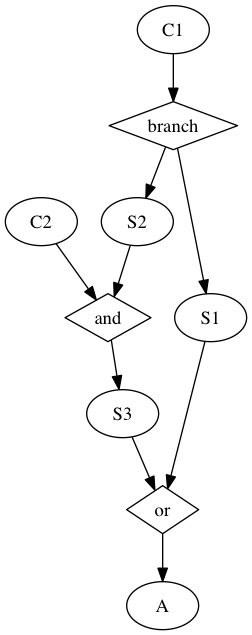
Before: examples/diamond.png, a diagram exported from Graphviz (brettc/causalinfo). Its source is kept beside it as examples/diamond.dot.
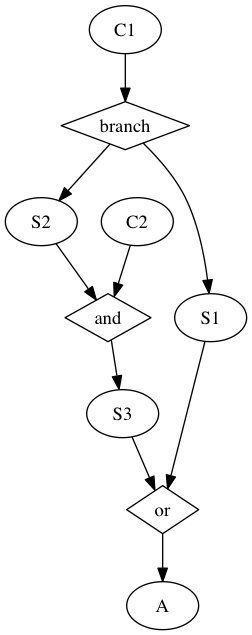
After the commit.

Commit message:
Add a diamond example

Change to the diagram source:
```diff
@@ -1,24 +1,24 @@
 strict digraph  {
 	node [label="\N"];
+	"<S2>"	 [label=S2];
+	"Equation<and>"	 [label=and,
+		shape=diamond];
+	"<S2>" -> "Equation<and>";
+	"<S3>"	 [label=S3];
+	"Equation<or>"	 [label=or,
+		shape=diamond];
+	"<S3>" -> "Equation<or>";
+	"<A>"	 [label=A];
+	"Equation<or>" -> "<A>";
 	"Equation<branch>"	 [label=branch,
 		shape=diamond];
+	"Equation<branch>" -> "<S2>";
 	"<S1>"	 [label=S1];
 	"Equation<branch>" -> "<S1>";
-	"<S2>"	 [label=S2];
-	"Equation<branch>" -> "<S2>";
 	"<C1>"	 [label=C1];
 	"<C1>" -> "Equation<branch>";
-	"Equation<and>"	 [label=and,
-		shape=diamond];
-	"<S3>"	 [label=S3];
 	"Equation<and>" -> "<S3>";
-	"Equation<or>"	 [label=or,
-		shape=diamond];
-	"<S1>" -> "Equation<or>";
-	"<A>"	 [label=A];
-	"Equation<or>" -> "<A>";
-	"<S2>" -> "Equation<and>";
-	"<S3>" -> "Equation<or>";
 	"<C2>"	 [label=C2];
 	"<C2>" -> "Equation<and>";
+	"<S1>" -> "Equation<or>";
 }
```
